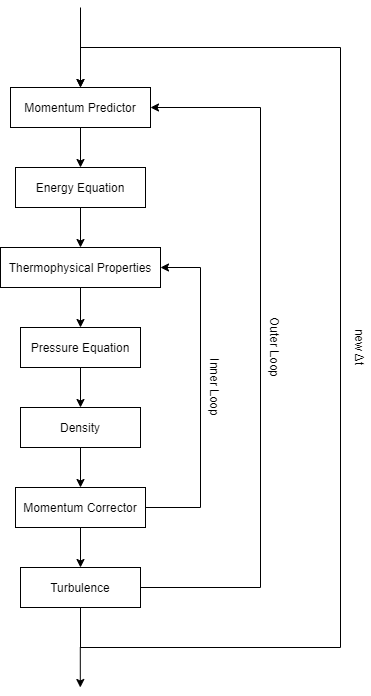
The draw.io diagram Assignement/Lab04-compressibleFlows/Report_postProcessing/Report_Images/rhoPimpleFoamDiagram.png in 20edo/Shared_CTTP, before a commit. Source tidied: cells renumbered, new cells last; positions are measured from the earlier drawing's top-left corner, leaving out a move shared by most shapes. Its diagram source:
```xml
<mxGraphModel>
  <root>
    <mxCell id="0" />
    <mxCell id="1" parent="0" />
    <mxCell id="2" style="edgeStyle=orthogonalEdgeStyle;rounded=0;jettySize=auto;html=1;exitX=0.5;exitY=1;exitDx=0;exitDy=0;entryX=0.5;entryY=0;entryDx=0;entryDy=0;" parent="1" edge="1" source="3" target="5">
      <mxGeometry relative="1" as="geometry" />
    </mxCell>
    <mxCell id="3" value="Momentum Predictor" style="rounded=0;whiteSpace=wrap;html=1;" parent="1" vertex="1">
      <mxGeometry x="10" y="80" width="140" height="40" as="geometry" />
    </mxCell>
    <mxCell id="4" style="edgeStyle=orthogonalEdgeStyle;rounded=0;jettySize=auto;html=1;exitX=0.5;exitY=1;exitDx=0;exitDy=0;entryX=0.5;entryY=0;entryDx=0;entryDy=0;" parent="1" edge="1" source="5" target="7">
      <mxGeometry relative="1" as="geometry" />
    </mxCell>
    <mxCell id="5" value="Energy Equation" style="rounded=0;whiteSpace=wrap;html=1;" parent="1" vertex="1">
      <mxGeometry x="15" y="160" width="130" height="40" as="geometry" />
    </mxCell>
    <mxCell id="6" style="edgeStyle=orthogonalEdgeStyle;rounded=0;jettySize=auto;html=1;exitX=0.5;exitY=1;exitDx=0;exitDy=0;entryX=0.5;entryY=0;entryDx=0;entryDy=0;" parent="1" edge="1" source="7" target="9">
      <mxGeometry relative="1" as="geometry" />
    </mxCell>
    <mxCell id="7" value="Thermophysical Properties" style="rounded=0;whiteSpace=wrap;html=1;" parent="1" vertex="1">
      <mxGeometry y="240" width="160" height="40" as="geometry" />
    </mxCell>
    <mxCell id="8" style="edgeStyle=orthogonalEdgeStyle;rounded=0;jettySize=auto;html=1;exitX=0.5;exitY=1;exitDx=0;exitDy=0;entryX=0.5;entryY=0;entryDx=0;entryDy=0;" parent="1" edge="1" source="9" target="11">
      <mxGeometry relative="1" as="geometry" />
    </mxCell>
    <mxCell id="9" value="Pressure Equation" style="rounded=0;whiteSpace=wrap;html=1;" parent="1" vertex="1">
      <mxGeometry x="20" y="320" width="120" height="40" as="geometry" />
    </mxCell>
    <mxCell id="10" style="edgeStyle=orthogonalEdgeStyle;rounded=0;jettySize=auto;html=1;exitX=0.5;exitY=1;exitDx=0;exitDy=0;entryX=0.5;entryY=0;entryDx=0;entryDy=0;" parent="1" edge="1" source="11" target="14">
      <mxGeometry relative="1" as="geometry" />
    </mxCell>
    <mxCell id="11" value="Density&lt;span style=&quot;color: rgba(0 , 0 , 0 , 0) ; font-family: monospace ; font-size: 0px&quot;&gt;%3CmxGraphModel%3E%3Croot%3E%3CmxCell%20id%3D%220%22%2F%3E%3CmxCell%20id%3D%221%22%20parent%3D%220%22%2F%3E%3CmxCell%20id%3D%222%22%20value%3D%22%22%20style%3D%22rounded%3D0%3BwhiteSpace%3Dwrap%3Bhtml%3D1%3B%22%20vertex%3D%221%22%20parent%3D%221%22%3E%3CmxGeometry%20x%3D%22570%22%20y%3D%22320%22%20width%3D%22120%22%20height%3D%2260%22%20as%3D%22geometry%22%2F%3E%3C%2FmxCell%3E%3C%2Froot%3E%3C%2FmxGraphModel%3E&lt;/span&gt;" style="rounded=0;whiteSpace=wrap;html=1;" parent="1" vertex="1">
      <mxGeometry x="20" y="400" width="120" height="40" as="geometry" />
    </mxCell>
    <mxCell id="12" style="edgeStyle=orthogonalEdgeStyle;rounded=0;jettySize=auto;html=1;exitX=0.5;exitY=1;exitDx=0;exitDy=0;entryX=0.5;entryY=0;entryDx=0;entryDy=0;" parent="1" edge="1" source="14" target="18">
      <mxGeometry relative="1" as="geometry" />
    </mxCell>
    <mxCell id="13" style="edgeStyle=orthogonalEdgeStyle;rounded=0;jettySize=auto;html=1;exitX=1;exitY=0.5;exitDx=0;exitDy=0;entryX=1;entryY=0.5;entryDx=0;entryDy=0;" parent="1" edge="1" source="14" target="7">
      <mxGeometry relative="1" as="geometry">
        <Array as="points">
          <mxPoint x="200" y="500" />
          <mxPoint x="200" y="260" />
        </Array>
      </mxGeometry>
    </mxCell>
    <mxCell id="14" value="Momentum Corrector" style="rounded=0;whiteSpace=wrap;html=1;" parent="1" vertex="1">
      <mxGeometry x="15" y="480" width="130" height="40" as="geometry" />
    </mxCell>
    <mxCell id="15" style="edgeStyle=orthogonalEdgeStyle;rounded=0;jettySize=auto;html=1;exitX=1;exitY=0.5;exitDx=0;exitDy=0;entryX=1;entryY=0.5;entryDx=0;entryDy=0;" parent="1" edge="1" source="18" target="3">
      <mxGeometry relative="1" as="geometry">
        <Array as="points">
          <mxPoint x="260" y="580" />
          <mxPoint x="260" y="100" />
        </Array>
      </mxGeometry>
    </mxCell>
    <mxCell id="16" style="edgeStyle=orthogonalEdgeStyle;rounded=0;jettySize=auto;html=1;exitX=0.5;exitY=1;exitDx=0;exitDy=0;entryX=0.5;entryY=0;entryDx=0;entryDy=0;" parent="1" edge="1" source="18" target="3">
      <mxGeometry relative="1" as="geometry">
        <Array as="points">
          <mxPoint x="80" y="640" />
          <mxPoint x="340" y="640" />
          <mxPoint x="340" y="40" />
          <mxPoint x="80" y="40" />
        </Array>
      </mxGeometry>
    </mxCell>
    <mxCell id="17" style="edgeStyle=orthogonalEdgeStyle;rounded=0;jettySize=auto;html=1;exitX=0.5;exitY=1;exitDx=0;exitDy=0;" parent="1" edge="1" source="18">
      <mxGeometry relative="1" as="geometry">
        <mxPoint x="79.8" y="680" as="targetPoint" />
      </mxGeometry>
    </mxCell>
    <mxCell id="18" value="Turbulence" style="rounded=0;whiteSpace=wrap;html=1;" parent="1" vertex="1">
      <mxGeometry x="20" y="560" width="120" height="40" as="geometry" />
    </mxCell>
    <mxCell id="19" style="endArrow=classic;html=1;entryX=0.5;entryY=0;entryDx=0;entryDy=0;" parent="1" edge="1" target="3">
      <mxGeometry relative="1" as="geometry">
        <mxPoint x="80" as="sourcePoint" />
      </mxGeometry>
    </mxCell>
    <mxCell id="20" value="Inner Loop" style="text;html=1;strokeColor=none;fillColor=none;align=center;verticalAlign=middle;whiteSpace=wrap;rounded=0;rotation=90;" parent="1" vertex="1">
      <mxGeometry x="180" y="370" width="70" height="20" as="geometry" />
    </mxCell>
    <mxCell id="21" value="Outer Loop" style="text;html=1;strokeColor=none;fillColor=none;align=center;verticalAlign=middle;whiteSpace=wrap;rounded=0;rotation=90;" parent="1" vertex="1">
      <mxGeometry x="240" y="330" width="70" height="20" as="geometry" />
    </mxCell>
    <mxCell id="22" value="new&amp;nbsp;&lt;span&gt;Δt&lt;/span&gt;" style="text;html=1;strokeColor=none;fillColor=none;align=center;verticalAlign=middle;whiteSpace=wrap;rounded=0;rotation=90;" parent="1" vertex="1">
      <mxGeometry x="330" y="330" width="60" height="20" as="geometry" />
    </mxCell>
  </root>
</mxGraphModel>
```
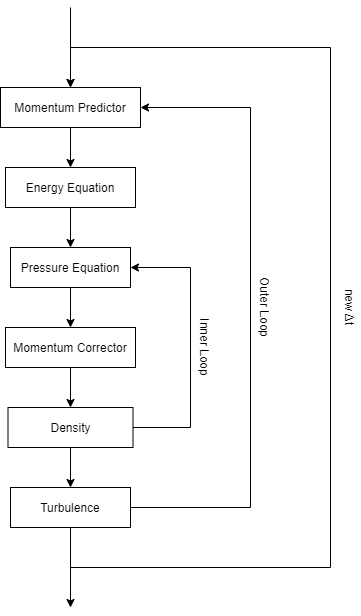
The same file after the commit.

Change to the diagram source:
```diff
@@ -8,48 +8,44 @@
     <mxCell id="3" value="Momentum Predictor" style="rounded=0;whiteSpace=wrap;html=1;" parent="1" vertex="1">
       <mxGeometry x="10" y="80" width="140" height="40" as="geometry" />
     </mxCell>
-    <mxCell id="4" style="edgeStyle=orthogonalEdgeStyle;rounded=0;jettySize=auto;html=1;exitX=0.5;exitY=1;exitDx=0;exitDy=0;entryX=0.5;entryY=0;entryDx=0;entryDy=0;" parent="1" edge="1" source="5" target="7">
-      <mxGeometry relative="1" as="geometry" />
+    <mxCell id="4" style="edgeStyle=orthogonalEdgeStyle;rounded=0;jettySize=auto;html=1;exitX=0.5;exitY=1;exitDx=0;exitDy=0;entryX=0.5;entryY=0;entryDx=0;entryDy=0;" parent="1" edge="1" source="5">
+      <mxGeometry relative="1" as="geometry">
+        <mxPoint x="80" y="240" as="targetPoint" />
+      </mxGeometry>
     </mxCell>
     <mxCell id="5" value="Energy Equation" style="rounded=0;whiteSpace=wrap;html=1;" parent="1" vertex="1">
       <mxGeometry x="15" y="160" width="130" height="40" as="geometry" />
     </mxCell>
-    <mxCell id="6" style="edgeStyle=orthogonalEdgeStyle;rounded=0;jettySize=auto;html=1;exitX=0.5;exitY=1;exitDx=0;exitDy=0;entryX=0.5;entryY=0;entryDx=0;entryDy=0;" parent="1" edge="1" source="7" target="9">
-      <mxGeometry relative="1" as="geometry" />
-    </mxCell>
-    <mxCell id="7" value="Thermophysical Properties" style="rounded=0;whiteSpace=wrap;html=1;" parent="1" vertex="1">
-      <mxGeometry y="240" width="160" height="40" as="geometry" />
-    </mxCell>
     <mxCell id="8" style="edgeStyle=orthogonalEdgeStyle;rounded=0;jettySize=auto;html=1;exitX=0.5;exitY=1;exitDx=0;exitDy=0;entryX=0.5;entryY=0;entryDx=0;entryDy=0;" parent="1" edge="1" source="9" target="11">
       <mxGeometry relative="1" as="geometry" />
     </mxCell>
     <mxCell id="9" value="Pressure Equation" style="rounded=0;whiteSpace=wrap;html=1;" parent="1" vertex="1">
-      <mxGeometry x="20" y="320" width="120" height="40" as="geometry" />
+      <mxGeometry x="20" y="240" width="120" height="40" as="geometry" />
     </mxCell>
     <mxCell id="10" style="edgeStyle=orthogonalEdgeStyle;rounded=0;jettySize=auto;html=1;exitX=0.5;exitY=1;exitDx=0;exitDy=0;entryX=0.5;entryY=0;entryDx=0;entryDy=0;" parent="1" edge="1" source="11" target="14">
       <mxGeometry relative="1" as="geometry" />
     </mxCell>
-    <mxCell id="11" value="Density&lt;span style=&quot;color: rgba(0 , 0 , 0 , 0) ; font-family: monospace ; font-size: 0px&quot;&gt;%3CmxGraphModel%3E%3Croot%3E%3CmxCell%20id%3D%220%22%2F%3E%3CmxCell%20id%3D%221%22%20parent%3D%220%22%2F%3E%3CmxCell%20id%3D%222%22%20value%3D%22%22%20style%3D%22rounded%3D0%3BwhiteSpace%3Dwrap%3Bhtml%3D1%3B%22%20vertex%3D%221%22%20parent%3D%221%22%3E%3CmxGeometry%20x%3D%22570%22%20y%3D%22320%22%20width%3D%22120%22%20height%3D%2260%22%20as%3D%22geometry%22%2F%3E%3C%2FmxCell%3E%3C%2Froot%3E%3C%2FmxGraphModel%3E&lt;/span&gt;" style="rounded=0;whiteSpace=wrap;html=1;" parent="1" vertex="1">
-      <mxGeometry x="20" y="400" width="120" height="40" as="geometry" />
+    <mxCell id="11" value="Momentum Corrector" style="rounded=0;whiteSpace=wrap;html=1;" parent="1" vertex="1">
+      <mxGeometry x="15" y="320" width="130" height="40" as="geometry" />
     </mxCell>
     <mxCell id="12" style="edgeStyle=orthogonalEdgeStyle;rounded=0;jettySize=auto;html=1;exitX=0.5;exitY=1;exitDx=0;exitDy=0;entryX=0.5;entryY=0;entryDx=0;entryDy=0;" parent="1" edge="1" source="14" target="18">
       <mxGeometry relative="1" as="geometry" />
     </mxCell>
-    <mxCell id="13" style="edgeStyle=orthogonalEdgeStyle;rounded=0;jettySize=auto;html=1;exitX=1;exitY=0.5;exitDx=0;exitDy=0;entryX=1;entryY=0.5;entryDx=0;entryDy=0;" parent="1" edge="1" source="14" target="7">
+    <mxCell id="13" style="edgeStyle=orthogonalEdgeStyle;rounded=0;jettySize=auto;html=1;exitX=1;exitY=0.5;exitDx=0;exitDy=0;" parent="1" edge="1" source="14" target="9">
       <mxGeometry relative="1" as="geometry">
         <Array as="points">
-          <mxPoint x="200" y="500" />
+          <mxPoint x="200" y="420" />
           <mxPoint x="200" y="260" />
         </Array>
       </mxGeometry>
     </mxCell>
-    <mxCell id="14" value="Momentum Corrector" style="rounded=0;whiteSpace=wrap;html=1;" parent="1" vertex="1">
-      <mxGeometry x="15" y="480" width="130" height="40" as="geometry" />
+    <mxCell id="14" value="Density" style="rounded=0;whiteSpace=wrap;html=1;" parent="1" vertex="1">
+      <mxGeometry x="17.5" y="400" width="125" height="40" as="geometry" />
     </mxCell>
     <mxCell id="15" style="edgeStyle=orthogonalEdgeStyle;rounded=0;jettySize=auto;html=1;exitX=1;exitY=0.5;exitDx=0;exitDy=0;entryX=1;entryY=0.5;entryDx=0;entryDy=0;" parent="1" edge="1" source="18" target="3">
       <mxGeometry relative="1" as="geometry">
         <Array as="points">
-          <mxPoint x="260" y="580" />
+          <mxPoint x="260" y="500" />
           <mxPoint x="260" y="100" />
         </Array>
       </mxGeometry>
@@ -57,8 +53,8 @@
     <mxCell id="16" style="edgeStyle=orthogonalEdgeStyle;rounded=0;jettySize=auto;html=1;exitX=0.5;exitY=1;exitDx=0;exitDy=0;entryX=0.5;entryY=0;entryDx=0;entryDy=0;" parent="1" edge="1" source="18" target="3">
       <mxGeometry relative="1" as="geometry">
         <Array as="points">
-          <mxPoint x="80" y="640" />
-          <mxPoint x="340" y="640" />
+          <mxPoint x="80" y="560" />
+          <mxPoint x="340" y="560" />
           <mxPoint x="340" y="40" />
           <mxPoint x="80" y="40" />
         </Array>
@@ -66,11 +62,11 @@
     </mxCell>
     <mxCell id="17" style="edgeStyle=orthogonalEdgeStyle;rounded=0;jettySize=auto;html=1;exitX=0.5;exitY=1;exitDx=0;exitDy=0;" parent="1" edge="1" source="18">
       <mxGeometry relative="1" as="geometry">
-        <mxPoint x="79.8" y="680" as="targetPoint" />
+        <mxPoint x="80" y="600" as="targetPoint" />
       </mxGeometry>
     </mxCell>
     <mxCell id="18" value="Turbulence" style="rounded=0;whiteSpace=wrap;html=1;" parent="1" vertex="1">
-      <mxGeometry x="20" y="560" width="120" height="40" as="geometry" />
+      <mxGeometry x="20" y="480" width="120" height="40" as="geometry" />
     </mxCell>
     <mxCell id="19" style="endArrow=classic;html=1;entryX=0.5;entryY=0;entryDx=0;entryDy=0;" parent="1" edge="1" target="3">
       <mxGeometry relative="1" as="geometry">
@@ -78,13 +74,13 @@
       </mxGeometry>
     </mxCell>
     <mxCell id="20" value="Inner Loop" style="text;html=1;strokeColor=none;fillColor=none;align=center;verticalAlign=middle;whiteSpace=wrap;rounded=0;rotation=90;" parent="1" vertex="1">
-      <mxGeometry x="180" y="370" width="70" height="20" as="geometry" />
+      <mxGeometry x="180" y="330" width="70" height="20" as="geometry" />
     </mxCell>
     <mxCell id="21" value="Outer Loop" style="text;html=1;strokeColor=none;fillColor=none;align=center;verticalAlign=middle;whiteSpace=wrap;rounded=0;rotation=90;" parent="1" vertex="1">
-      <mxGeometry x="240" y="330" width="70" height="20" as="geometry" />
+      <mxGeometry x="240" y="290" width="70" height="20" as="geometry" />
     </mxCell>
     <mxCell id="22" value="new&amp;nbsp;&lt;span&gt;Δt&lt;/span&gt;" style="text;html=1;strokeColor=none;fillColor=none;align=center;verticalAlign=middle;whiteSpace=wrap;rounded=0;rotation=90;" parent="1" vertex="1">
-      <mxGeometry x="330" y="330" width="60" height="20" as="geometry" />
+      <mxGeometry x="330" y="290" width="60" height="20" as="geometry" />
     </mxCell>
   </root>
 </mxGraphModel>
```
